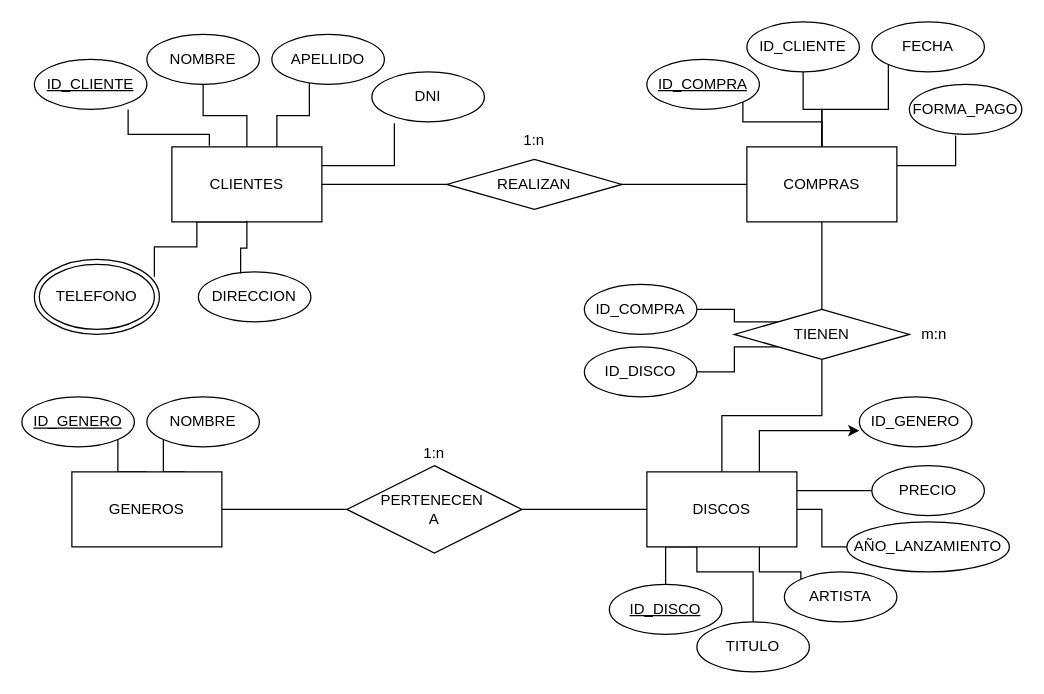
This is Diagrama sin título.drawio from sirnas1983/ejerciciosSemana5, a draw.io file, before an edit. Source tidied: cells renumbered, new cells numbered last; positions are measured from the earlier drawing's top-left corner, leaving out a move shared by most shapes. Both pictures are drawn from the tidied source at 125%, with x=0, y=0 at pixel (21, 21).
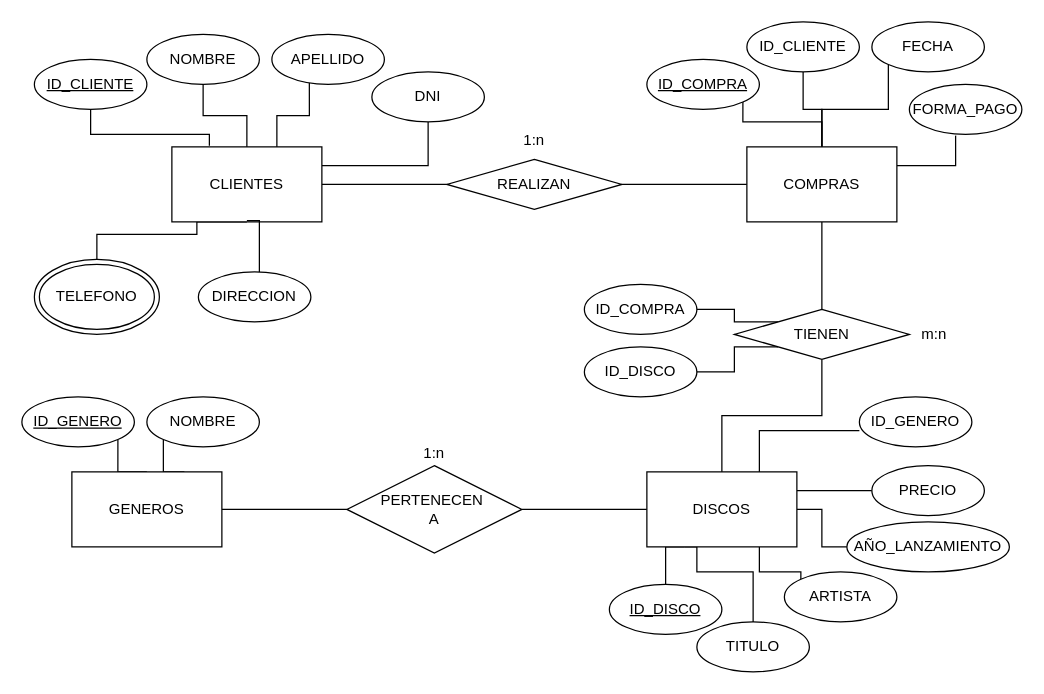
Above is the later version.

Unchanged cells that the change refers to:
```xml
<mxCell id="7" value="CLIENTES" style="rounded=0;whiteSpace=wrap;html=1;" parent="1" vertex="1">
  <mxGeometry x="120" y="100" width="120" height="60" as="geometry" />
</mxCell>
<mxCell id="8" value="ID_CLIENTE" style="ellipse;whiteSpace=wrap;html=1;fontStyle=4;" parent="1" vertex="1">
  <mxGeometry x="10" y="30" width="90" height="40" as="geometry" />
</mxCell>
<mxCell id="11" value="DNI" style="ellipse;whiteSpace=wrap;html=1;fontStyle=0;" parent="1" vertex="1">
  <mxGeometry x="280" y="40" width="90" height="40" as="geometry" />
</mxCell>
<mxCell id="32" value="DISCOS" style="rounded=0;whiteSpace=wrap;html=1;" parent="1" vertex="1">
  <mxGeometry x="500" y="360" width="120" height="60" as="geometry" />
</mxCell>
<mxCell id="46" value="ID_GENERO" style="ellipse;whiteSpace=wrap;html=1;fontStyle=0;" parent="1" vertex="1">
  <mxGeometry x="670" y="300" width="90" height="40" as="geometry" />
</mxCell>
<mxCell id="52" value="TELEFONO" style="ellipse;shape=doubleEllipse;whiteSpace=wrap;html=1;" parent="1" vertex="1">
  <mxGeometry x="10" y="190" width="100" height="60" as="geometry" />
</mxCell>
```

What changed in the source:
```diff
@@
-    <mxCell id="4" style="edgeStyle=orthogonalEdgeStyle;rounded=0;jettySize=auto;html=1;exitX=1;exitY=0.25;exitDx=0;exitDy=0;entryX=0.2;entryY=1.025;entryDx=0;entryDy=0;entryPerimeter=0;endArrow=none;endFill=0;" parent="1" edge="1" source="7" target="11">
+    <mxCell id="4" style="edgeStyle=orthogonalEdgeStyle;rounded=0;jettySize=auto;html=1;exitX=1;exitY=0.25;exitDx=0;exitDy=0;entryX=0.5;entryY=1;entryDx=0;entryDy=0;endArrow=none;endFill=0;" parent="1" edge="1" source="7" target="11">
       <mxGeometry relative="1" as="geometry" />
     </mxCell>
@@
-    <mxCell id="6" style="edgeStyle=orthogonalEdgeStyle;rounded=0;jettySize=auto;html=1;exitX=0.5;exitY=1;exitDx=0;exitDy=0;entryX=0.96;entryY=0.233;entryDx=0;entryDy=0;entryPerimeter=0;endArrow=none;endFill=0;" parent="1" edge="1" source="7" target="52">
+    <mxCell id="6" style="edgeStyle=orthogonalEdgeStyle;rounded=0;jettySize=auto;html=1;exitX=0.5;exitY=1;exitDx=0;exitDy=0;entryX=0.5;entryY=0;entryDx=0;entryDy=0;endArrow=none;endFill=0;" parent="1" edge="1" source="7" target="52">
       <mxGeometry relative="1" as="geometry">
         <Array as="points">
           <mxPoint x="140" y="160" />
-          <mxPoint x="140" y="180" />
-          <mxPoint x="106" y="180" />
+          <mxPoint x="140" y="170" />
+          <mxPoint x="60" y="170" />
         </Array>
       </mxGeometry>
     </mxCell>
@@
-    <mxCell id="31" style="edgeStyle=orthogonalEdgeStyle;rounded=0;jettySize=auto;html=1;exitX=0.75;exitY=0;exitDx=0;exitDy=0;entryX=0;entryY=0.675;entryDx=0;entryDy=0;entryPerimeter=0;" parent="1" edge="1" source="32" target="46">
+    <mxCell id="31" style="rounded=0;jettySize=auto;html=1;exitX=0.75;exitY=0;exitDx=0;exitDy=0;entryX=0;entryY=0.675;entryDx=0;entryDy=0;entryPerimeter=0;edgeStyle=orthogonalEdgeStyle;endArrow=none;endFill=0;" parent="1" edge="1" source="32" target="46">
       <mxGeometry relative="1" as="geometry" />
     </mxCell>
@@
-    <mxCell id="53" style="edgeStyle=orthogonalEdgeStyle;rounded=0;orthogonalLoop=1;jettySize=auto;html=1;exitX=0.5;exitY=1;exitDx=0;exitDy=0;entryX=0.375;entryY=0.05;entryDx=0;entryDy=0;entryPerimeter=0;endArrow=none;endFill=0;" parent="1" edge="1">
+    <mxCell id="53" style="edgeStyle=orthogonalEdgeStyle;rounded=0;orthogonalLoop=1;jettySize=auto;html=1;exitX=0.5;exitY=1;exitDx=0;exitDy=0;endArrow=none;endFill=0;" parent="1" edge="1">
       <mxGeometry relative="1" as="geometry">
         <mxPoint x="180" y="159" as="sourcePoint" />
-        <mxPoint x="175" y="201" as="targetPoint" />
+        <mxPoint x="190" y="200" as="targetPoint" />
         <Array as="points">
-          <mxPoint x="180" y="181" />
-          <mxPoint x="175" y="181" />
+          <mxPoint x="190" y="159" />
+          <mxPoint x="190" y="201" />
         </Array>
       </mxGeometry>
     </mxCell>
-    <mxCell id="54" style="edgeStyle=orthogonalEdgeStyle;rounded=0;orthogonalLoop=1;jettySize=auto;html=1;exitX=0.25;exitY=0;exitDx=0;exitDy=0;entryX=0.833;entryY=1.025;entryDx=0;entryDy=0;entryPerimeter=0;endArrow=none;endFill=0;" parent="1" edge="1">
+    <mxCell id="54" style="edgeStyle=orthogonalEdgeStyle;rounded=0;jettySize=auto;html=1;exitX=0.25;exitY=0;exitDx=0;exitDy=0;entryX=0.5;entryY=1;entryDx=0;entryDy=0;endArrow=none;endFill=0;" parent="1" edge="1" target="8">
       <mxGeometry relative="1" as="geometry">
         <mxPoint x="150" y="99" as="sourcePoint" />
-        <mxPoint x="85" y="70" as="targetPoint" />
         <Array as="points">
           <mxPoint x="150" y="90" />
-          <mxPoint x="85" y="90" />
+          <mxPoint x="55" y="90" />
         </Array>
       </mxGeometry>
     </mxCell>
```
